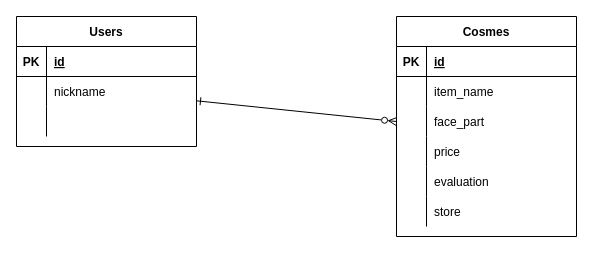
adpoppo/cosme-list keeps this draw.io diagram as er.dio. Above is the earlier version. Source tidied: cells renumbered, new cells numbered last; positions are measured from the earlier drawing's top-left corner, leaving out a move shared by most shapes. Both pictures are drawn from the tidied source at 100%, with x=0, y=0 at pixel (16, 16).
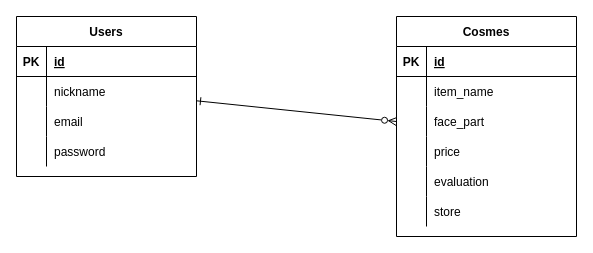
After the change.

What changed in the source:
```diff
@@
     <mxCell id="2" value="Users" style="shape=table;startSize=30;childLayout=tableLayout;rowLines=0;fontStyle=1;align=center;" parent="1" vertex="1">
-      <mxGeometry width="180" height="130" as="geometry" />
+      <mxGeometry width="180" height="160" as="geometry" />
     </mxCell>
@@
+    <mxCell id="32" style="shape=partialRectangle;fillColor=none;top=0;left=0;bottom=0;right=0;" parent="2" vertex="1">
+      <mxGeometry y="90" width="180" height="30" as="geometry" />
+    </mxCell>
+    <mxCell id="33" style="shape=partialRectangle;fillColor=none;top=0;left=0;bottom=0;right=0;overflow=hidden;" parent="32" vertex="1">
+      <mxGeometry width="30" height="30" as="geometry" />
+    </mxCell>
+    <mxCell id="34" value="email" style="shape=partialRectangle;fillColor=none;top=0;left=0;bottom=0;right=0;align=left;spacingLeft=6;overflow=hidden;" parent="32" vertex="1">
+      <mxGeometry x="30" width="150" height="30" as="geometry" />
+    </mxCell>
     <mxCell id="9" style="shape=partialRectangle;fillColor=none;top=0;left=0;bottom=0;right=0;" parent="2" vertex="1">
-      <mxGeometry y="90" width="180" height="30" as="geometry" />
+      <mxGeometry y="120" width="180" height="30" as="geometry" />
     </mxCell>
@@
-    <mxCell id="11" style="shape=partialRectangle;fillColor=none;top=0;left=0;bottom=0;right=0;align=left;spacingLeft=6;overflow=hidden;" parent="9" vertex="1">
+    <mxCell id="11" value="password" style="shape=partialRectangle;fillColor=none;top=0;left=0;bottom=0;right=0;align=left;spacingLeft=6;overflow=hidden;" parent="9" vertex="1">
       <mxGeometry x="30" width="150" height="30" as="geometry" />
     </mxCell>
```
